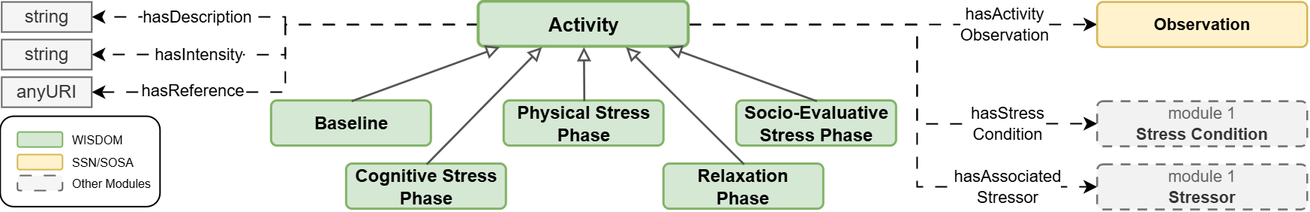
Above: OntologyDiagramms/Module2_activities.png in BurbachS/WISDOM (draw.io), before the change. Source tidied: cells renumbered, new cells last; positions are measured from the earlier drawing's top-left corner, leaving out a move shared by most shapes.
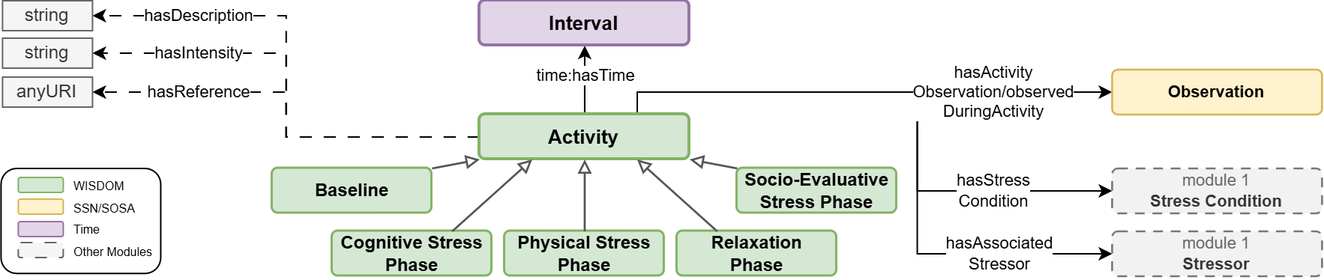
Above is the later version.

Change to the diagram source:
```diff
@@ -2,131 +2,158 @@
   <root>
     <mxCell id="0" />
     <mxCell id="1" parent="0" />
-    <mxCell id="2" style="edgeStyle=orthogonalEdgeStyle;rounded=0;jettySize=auto;html=1;entryX=1;entryY=0.5;entryDx=0;entryDy=0;dashed=1;dashPattern=8 8;exitX=0;exitY=0.5;exitDx=0;exitDy=0;" parent="1" edge="1" source="14" target="30">
+    <mxCell id="2" style="edgeStyle=orthogonalEdgeStyle;rounded=0;jettySize=auto;html=1;entryX=1;entryY=0.5;entryDx=0;entryDy=0;dashed=1;dashPattern=8 8;exitX=0;exitY=0.5;exitDx=0;exitDy=0;" parent="1" edge="1" source="16" target="32">
       <mxGeometry relative="1" as="geometry" />
     </mxCell>
     <mxCell id="3" value="hasDescription" style="edgeLabel;html=1;align=center;verticalAlign=middle;" parent="2" vertex="1">
       <mxGeometry x="0.52" y="-1" relative="1" as="geometry">
-        <mxPoint x="7" y="1" as="offset" />
+        <mxPoint x="-11" y="1" as="offset" />
       </mxGeometry>
     </mxCell>
-    <mxCell id="4" style="edgeStyle=orthogonalEdgeStyle;rounded=0;jettySize=auto;html=1;entryX=1;entryY=0.5;entryDx=0;entryDy=0;dashed=1;dashPattern=8 8;" parent="1" edge="1" source="14" target="28">
+    <mxCell id="4" style="edgeStyle=orthogonalEdgeStyle;rounded=0;jettySize=auto;html=1;entryX=1;entryY=0.5;entryDx=0;entryDy=0;dashed=1;dashPattern=8 8;" parent="1" edge="1" source="16" target="30">
       <mxGeometry relative="1" as="geometry" />
     </mxCell>
     <mxCell id="5" value="hasReference" style="edgeLabel;html=1;align=center;verticalAlign=middle;" parent="4" vertex="1">
-      <mxGeometry x="0.56" y="-1" relative="1" as="geometry" />
+      <mxGeometry x="0.56" y="-1" relative="1" as="geometry">
+        <mxPoint x="7" y="1" as="offset" />
+      </mxGeometry>
     </mxCell>
-    <mxCell id="6" style="edgeStyle=orthogonalEdgeStyle;rounded=0;jettySize=auto;html=1;entryX=1;entryY=0.5;entryDx=0;entryDy=0;dashed=1;dashPattern=8 8;" parent="1" edge="1" source="14" target="29">
+    <mxCell id="6" style="edgeStyle=orthogonalEdgeStyle;rounded=0;jettySize=auto;html=1;entryX=1;entryY=0.5;entryDx=0;entryDy=0;dashed=1;dashPattern=8 8;" parent="1" edge="1" source="16" target="31">
       <mxGeometry relative="1" as="geometry" />
     </mxCell>
     <mxCell id="7" value="hasIntensity" style="edgeLabel;html=1;align=center;verticalAlign=middle;" parent="6" vertex="1">
       <mxGeometry x="0.49" y="-1" relative="1" as="geometry">
-        <mxPoint x="-1" y="1" as="offset" />
+        <mxPoint x="-11" y="1" as="offset" />
       </mxGeometry>
     </mxCell>
-    <mxCell id="8" style="edgeStyle=orthogonalEdgeStyle;rounded=0;jettySize=auto;html=1;entryX=0;entryY=0.5;entryDx=0;entryDy=0;dashed=1;dashPattern=8 8;" parent="1" edge="1" source="14" target="16">
+    <mxCell id="8" style="edgeStyle=orthogonalEdgeStyle;rounded=0;jettySize=auto;html=1;entryX=0;entryY=0.5;entryDx=0;entryDy=0;exitX=0.75;exitY=0;exitDx=0;exitDy=0;" parent="1" edge="1" source="16" target="18">
       <mxGeometry relative="1" as="geometry">
         <Array as="points">
-          <mxPoint x="611" y="15" />
-          <mxPoint x="611" y="123" />
+          <mxPoint x="424.3" y="94" />
+          <mxPoint x="611" y="94" />
+          <mxPoint x="611" y="202" />
         </Array>
       </mxGeometry>
     </mxCell>
     <mxCell id="9" value="&lt;font&gt;hasAssociated&lt;/font&gt;&lt;div&gt;&lt;font&gt;Stressor&lt;/font&gt;&lt;/div&gt;" style="edgeLabel;html=1;align=center;verticalAlign=middle;" parent="8" vertex="1">
       <mxGeometry x="0.62" y="-1" relative="1" as="geometry">
-        <mxPoint x="12" y="-1" as="offset" />
+        <mxPoint x="7" y="-1" as="offset" />
       </mxGeometry>
     </mxCell>
-    <mxCell id="10" style="edgeStyle=orthogonalEdgeStyle;rounded=0;jettySize=auto;html=1;entryX=0;entryY=0.5;entryDx=0;entryDy=0;dashed=1;dashPattern=8 8;" parent="1" edge="1" source="14" target="15">
+    <mxCell id="10" style="edgeStyle=orthogonalEdgeStyle;rounded=0;jettySize=auto;html=1;entryX=0;entryY=0.5;entryDx=0;entryDy=0;exitX=0.75;exitY=0;exitDx=0;exitDy=0;" parent="1" edge="1" source="16" target="17">
       <mxGeometry relative="1" as="geometry">
         <Array as="points">
-          <mxPoint x="611" y="15" />
-          <mxPoint x="611" y="81" />
+          <mxPoint x="424.3" y="94" />
+          <mxPoint x="611" y="94" />
+          <mxPoint x="611" y="160" />
         </Array>
       </mxGeometry>
     </mxCell>
     <mxCell id="11" value="&lt;font&gt;hasStress&lt;/font&gt;&lt;div&gt;&lt;font&gt;Condition&lt;/font&gt;&lt;/div&gt;" style="edgeLabel;html=1;align=center;verticalAlign=middle;" parent="10" vertex="1">
       <mxGeometry x="0.58" relative="1" as="geometry">
-        <mxPoint x="11" as="offset" />
+        <mxPoint x="4" as="offset" />
       </mxGeometry>
     </mxCell>
-    <mxCell id="12" style="edgeStyle=orthogonalEdgeStyle;rounded=0;jettySize=auto;html=1;entryX=0;entryY=0.5;entryDx=0;entryDy=0;dashed=1;dashPattern=8 8;" parent="1" edge="1" source="14" target="17">
-      <mxGeometry relative="1" as="geometry" />
+    <mxCell id="12" style="edgeStyle=orthogonalEdgeStyle;rounded=0;jettySize=auto;html=1;entryX=0;entryY=0.5;entryDx=0;entryDy=0;exitX=0.75;exitY=0;exitDx=0;exitDy=0;" parent="1" edge="1" source="16" target="19">
+      <mxGeometry relative="1" as="geometry">
+        <Array as="points">
+          <mxPoint x="424.3" y="94" />
+        </Array>
+      </mxGeometry>
     </mxCell>
-    <mxCell id="13" value="&lt;font&gt;hasActivity&lt;/font&gt;&lt;div&gt;&lt;font&gt;Observation&lt;/font&gt;&lt;/div&gt;" style="edgeLabel;html=1;align=center;verticalAlign=middle;" parent="12" vertex="1">
-      <mxGeometry x="0.54" relative="1" as="geometry" />
+    <mxCell id="13" value="&lt;font&gt;hasActivity&lt;/font&gt;&lt;div&gt;&lt;font&gt;Observation/observed&lt;/font&gt;&lt;/div&gt;&lt;div&gt;&lt;font&gt;DuringActivity&lt;/font&gt;&lt;/div&gt;" style="edgeLabel;html=1;align=center;verticalAlign=middle;" parent="12" vertex="1">
+      <mxGeometry x="0.54" relative="1" as="geometry">
+        <mxPoint x="-4" as="offset" />
+      </mxGeometry>
     </mxCell>
-    <mxCell id="14" value="&lt;span&gt;Activity&lt;/span&gt;" style="shape=rectangle;rounded=1;absoluteArcSize=1;arcSize=8;whiteSpace=wrap;html=1;align=center;verticalAlign=middle;fillColor=#d5e8d4;strokeColor=#82b366;strokeWidth=2;fontSize=13;fontStyle=1;spacing=5;" parent="1" vertex="1">
-      <mxGeometry x="319" width="140" height="30" as="geometry" />
+    <mxCell id="14" style="edgeStyle=orthogonalEdgeStyle;rounded=0;jettySize=auto;html=1;entryX=0.5;entryY=1;entryDx=0;entryDy=0;" parent="1" edge="1" source="16" target="40">
+      <mxGeometry relative="1" as="geometry" />
     </mxCell>
-    <mxCell id="15" value="&lt;div&gt;&lt;span style=&quot;color: rgb(102, 102, 102);&quot;&gt;&lt;font&gt;module 1&lt;/font&gt;&lt;br&gt;&lt;/span&gt;&lt;/div&gt;&lt;b&gt;Stress Condition&lt;/b&gt;" style="shape=rectangle;rounded=1;absoluteArcSize=1;arcSize=8;whiteSpace=wrap;html=1;align=center;verticalAlign=middle;fillColor=#F2F2F2;strokeColor=#777777;strokeWidth=1.3;dashed=1;dashPattern=5 4;fontColor=#333333;fontSize=11;spacing=5;" parent="1" vertex="1">
-      <mxGeometry x="731" y="66" width="140" height="30" as="geometry" />
+    <mxCell id="15" value="time:hasTime" style="edgeLabel;html=1;align=center;verticalAlign=middle;points=[];" parent="14" vertex="1">
+      <mxGeometry x="-0.23" relative="1" as="geometry">
+        <mxPoint y="-9" as="offset" />
+      </mxGeometry>
     </mxCell>
-    <mxCell id="16" value="&lt;div&gt;&lt;span style=&quot;color: rgb(102, 102, 102);&quot;&gt;&lt;font&gt;module 1&lt;/font&gt;&lt;br&gt;&lt;/span&gt;&lt;/div&gt;&lt;b&gt;Stressor&lt;/b&gt;" style="shape=rectangle;rounded=1;absoluteArcSize=1;arcSize=8;whiteSpace=wrap;html=1;align=center;verticalAlign=middle;fillColor=#F2F2F2;strokeColor=#777777;strokeWidth=1.3;dashed=1;dashPattern=5 4;fontColor=#333333;fontSize=11;spacing=5;" parent="1" vertex="1">
-      <mxGeometry x="731" y="108" width="140" height="30" as="geometry" />
+    <mxCell id="16" value="&lt;span&gt;Activity&lt;/span&gt;" style="shape=rectangle;rounded=1;absoluteArcSize=1;arcSize=8;whiteSpace=wrap;html=1;align=center;verticalAlign=middle;fillColor=#d5e8d4;strokeColor=#82b366;strokeWidth=2;fontSize=13;fontStyle=1;spacing=5;" parent="1" vertex="1">
+      <mxGeometry x="319.2" y="109" width="140" height="30" as="geometry" />
     </mxCell>
-    <mxCell id="17" value="&lt;b&gt;Observation&lt;/b&gt;" style="shape=rectangle;rounded=1;absoluteArcSize=1;arcSize=8;whiteSpace=wrap;html=1;align=center;verticalAlign=middle;fillColor=#fff2cc;strokeColor=#d6b656;strokeWidth=1.3;fontSize=11;spacing=5;" parent="1" vertex="1">
-      <mxGeometry x="731" width="140" height="30" as="geometry" />
+    <mxCell id="17" value="&lt;div&gt;&lt;span style=&quot;color: rgb(102, 102, 102);&quot;&gt;&lt;font&gt;module 1&lt;/font&gt;&lt;br&gt;&lt;/span&gt;&lt;/div&gt;&lt;b&gt;Stress Condition&lt;/b&gt;" style="shape=rectangle;rounded=1;absoluteArcSize=1;arcSize=8;whiteSpace=wrap;html=1;align=center;verticalAlign=middle;fillColor=#F2F2F2;strokeColor=#777777;strokeWidth=1.3;dashed=1;dashPattern=5 4;fontColor=#333333;fontSize=11;spacing=5;" parent="1" vertex="1">
+      <mxGeometry x="741" y="145" width="140" height="30" as="geometry" />
     </mxCell>
-    <mxCell id="18" value="&lt;b&gt;Baseline&lt;/b&gt;" style="shape=rectangle;rounded=1;absoluteArcSize=1;arcSize=8;whiteSpace=wrap;html=1;align=center;verticalAlign=middle;fillColor=#d5e8d4;strokeColor=#82b366;strokeWidth=1.5;fontSize=12;spacing=5;" parent="1" vertex="1">
-      <mxGeometry x="181" y="66" width="106.5" height="30" as="geometry" />
+    <mxCell id="18" value="&lt;div&gt;&lt;span style=&quot;color: rgb(102, 102, 102);&quot;&gt;&lt;font&gt;module 1&lt;/font&gt;&lt;br&gt;&lt;/span&gt;&lt;/div&gt;&lt;b&gt;Stressor&lt;/b&gt;" style="shape=rectangle;rounded=1;absoluteArcSize=1;arcSize=8;whiteSpace=wrap;html=1;align=center;verticalAlign=middle;fillColor=#F2F2F2;strokeColor=#777777;strokeWidth=1.3;dashed=1;dashPattern=5 4;fontColor=#333333;fontSize=11;spacing=5;" parent="1" vertex="1">
+      <mxGeometry x="741" y="187" width="140" height="30" as="geometry" />
     </mxCell>
-    <mxCell id="19" value="&lt;b&gt;Cognitive Stress Phase&lt;/b&gt;" style="shape=rectangle;rounded=1;absoluteArcSize=1;arcSize=8;whiteSpace=wrap;html=1;align=center;verticalAlign=middle;fillColor=#d5e8d4;strokeColor=#82b366;strokeWidth=1.5;fontSize=12;spacing=5;" parent="1" vertex="1">
-      <mxGeometry x="231" y="108" width="106.5" height="30" as="geometry" />
+    <mxCell id="19" value="&lt;b&gt;Observation&lt;/b&gt;" style="shape=rectangle;rounded=1;absoluteArcSize=1;arcSize=8;whiteSpace=wrap;html=1;align=center;verticalAlign=middle;fillColor=#fff2cc;strokeColor=#d6b656;strokeWidth=1.3;fontSize=11;spacing=5;" parent="1" vertex="1">
+      <mxGeometry x="741" y="79" width="140" height="30" as="geometry" />
     </mxCell>
-    <mxCell id="20" value="&lt;b&gt;Physical Stress Phase&lt;/b&gt;" style="shape=rectangle;rounded=1;absoluteArcSize=1;arcSize=8;whiteSpace=wrap;html=1;align=center;verticalAlign=middle;fillColor=#d5e8d4;strokeColor=#82b366;strokeWidth=1.5;fontSize=12;spacing=5;" parent="1" vertex="1">
-      <mxGeometry x="336" y="66" width="106.5" height="30" as="geometry" />
+    <mxCell id="20" value="&lt;b&gt;Baseline&lt;/b&gt;" style="shape=rectangle;rounded=1;absoluteArcSize=1;arcSize=8;whiteSpace=wrap;html=1;align=center;verticalAlign=middle;fillColor=#d5e8d4;strokeColor=#82b366;strokeWidth=1.5;fontSize=12;spacing=5;" parent="1" vertex="1">
+      <mxGeometry x="181" y="145" width="106.5" height="30" as="geometry" />
     </mxCell>
-    <mxCell id="21" value="&lt;b&gt;Relaxation Phase&lt;/b&gt;" style="shape=rectangle;rounded=1;absoluteArcSize=1;arcSize=8;whiteSpace=wrap;html=1;align=center;verticalAlign=middle;fillColor=#d5e8d4;strokeColor=#82b366;strokeWidth=1.5;fontSize=12;spacing=5;" parent="1" vertex="1">
-      <mxGeometry x="442.5" y="108" width="106.5" height="30" as="geometry" />
+    <mxCell id="21" value="&lt;b&gt;Cognitive Stress Phase&lt;/b&gt;" style="shape=rectangle;rounded=1;absoluteArcSize=1;arcSize=8;whiteSpace=wrap;html=1;align=center;verticalAlign=middle;fillColor=#d5e8d4;strokeColor=#82b366;strokeWidth=1.5;fontSize=12;spacing=5;" parent="1" vertex="1">
+      <mxGeometry x="221" y="187" width="106.5" height="30" as="geometry" />
     </mxCell>
-    <mxCell id="22" value="&lt;b&gt;Socio-Evaluative&lt;br/&gt;Stress Phase&lt;/b&gt;" style="shape=rectangle;rounded=1;absoluteArcSize=1;arcSize=8;whiteSpace=wrap;html=1;align=center;verticalAlign=middle;fillColor=#d5e8d4;strokeColor=#82b366;strokeWidth=1.5;fontSize=12;spacing=5;" parent="1" vertex="1">
-      <mxGeometry x="491" y="66" width="106.5" height="30" as="geometry" />
+    <mxCell id="22" value="&lt;b&gt;Physical Stress Phase&lt;/b&gt;" style="shape=rectangle;rounded=1;absoluteArcSize=1;arcSize=8;whiteSpace=wrap;html=1;align=center;verticalAlign=middle;fillColor=#d5e8d4;strokeColor=#82b366;strokeWidth=1.5;fontSize=12;spacing=5;" parent="1" vertex="1">
+      <mxGeometry x="336" y="187" width="106.5" height="30" as="geometry" />
     </mxCell>
-    <mxCell id="23" style="edgeStyle=none;rounded=0;html=1;strokeColor=#555555;strokeWidth=1.35;endArrow=block;endFill=0;fontSize=9;fontColor=#444444;labelBackgroundColor=#FFFFFF;exitX=0.5;exitY=0;entryX=0.1;entryY=1;exitPerimeter=1;entryPerimeter=1;" parent="1" edge="1" source="18" target="14">
-      <mxGeometry relative="1" as="geometry" />
+    <mxCell id="23" value="&lt;b&gt;Relaxation Phase&lt;/b&gt;" style="shape=rectangle;rounded=1;absoluteArcSize=1;arcSize=8;whiteSpace=wrap;html=1;align=center;verticalAlign=middle;fillColor=#d5e8d4;strokeColor=#82b366;strokeWidth=1.5;fontSize=12;spacing=5;" parent="1" vertex="1">
+      <mxGeometry x="451" y="187" width="106.5" height="30" as="geometry" />
     </mxCell>
-    <mxCell id="24" style="edgeStyle=none;rounded=0;html=1;strokeColor=#555555;strokeWidth=1.35;endArrow=block;endFill=0;fontSize=9;fontColor=#444444;labelBackgroundColor=#FFFFFF;exitX=0.5;exitY=0;entryX=0.3;entryY=1;exitPerimeter=1;entryPerimeter=1;" parent="1" edge="1" source="19" target="14">
-      <mxGeometry relative="1" as="geometry" />
+    <mxCell id="24" value="&lt;b&gt;Socio-Evaluative&lt;br/&gt;Stress Phase&lt;/b&gt;" style="shape=rectangle;rounded=1;absoluteArcSize=1;arcSize=8;whiteSpace=wrap;html=1;align=center;verticalAlign=middle;fillColor=#d5e8d4;strokeColor=#82b366;strokeWidth=1.5;fontSize=12;spacing=5;" parent="1" vertex="1">
+      <mxGeometry x="491" y="145" width="106.5" height="30" as="geometry" />
     </mxCell>
-    <mxCell id="25" style="edgeStyle=none;rounded=0;html=1;strokeColor=#555555;strokeWidth=1.35;endArrow=block;endFill=0;fontSize=9;fontColor=#444444;labelBackgroundColor=#FFFFFF;exitX=0.5;exitY=0;entryX=0.5;entryY=1;exitPerimeter=1;entryPerimeter=1;" parent="1" edge="1" source="20" target="14">
+    <mxCell id="25" style="edgeStyle=none;rounded=0;html=1;strokeColor=#555555;strokeWidth=1.35;endArrow=block;endFill=0;fontSize=9;fontColor=#444444;labelBackgroundColor=#FFFFFF;exitX=1;exitY=0;entryX=0;entryY=1;exitDx=0;exitDy=0;entryDx=0;entryDy=0;" parent="1" edge="1" source="20" target="16">
       <mxGeometry relative="1" as="geometry" />
     </mxCell>
-    <mxCell id="26" style="edgeStyle=none;rounded=0;html=1;strokeColor=#555555;strokeWidth=1.35;endArrow=block;endFill=0;fontSize=9;fontColor=#444444;labelBackgroundColor=#FFFFFF;exitX=0.5;exitY=0;entryX=0.7;entryY=1;exitPerimeter=1;entryPerimeter=1;" parent="1" edge="1" source="21" target="14">
+    <mxCell id="26" style="edgeStyle=none;rounded=0;html=1;strokeColor=#555555;strokeWidth=1.35;endArrow=block;endFill=0;fontSize=9;fontColor=#444444;labelBackgroundColor=#FFFFFF;exitX=0.75;exitY=0;entryX=0.25;entryY=1;entryDx=0;entryDy=0;exitDx=0;exitDy=0;" parent="1" edge="1" source="21" target="16">
       <mxGeometry relative="1" as="geometry" />
     </mxCell>
-    <mxCell id="27" style="edgeStyle=none;rounded=0;html=1;strokeColor=#555555;strokeWidth=1.35;endArrow=block;endFill=0;fontSize=9;fontColor=#444444;labelBackgroundColor=#FFFFFF;exitX=0.5;exitY=0;entryX=0.9;entryY=1;exitPerimeter=1;entryPerimeter=1;" parent="1" edge="1" source="22" target="14">
+    <mxCell id="27" style="edgeStyle=none;rounded=0;html=1;strokeColor=#555555;strokeWidth=1.35;endArrow=block;endFill=0;fontSize=9;fontColor=#444444;labelBackgroundColor=#FFFFFF;exitX=0.5;exitY=0;entryX=0.5;entryY=1;exitPerimeter=1;entryPerimeter=1;" parent="1" edge="1" source="22" target="16">
       <mxGeometry relative="1" as="geometry" />
     </mxCell>
-    <mxCell id="28" value="anyURI" style="whiteSpace=wrap;html=1;fillColor=#f5f5f5;fontColor=#333333;strokeColor=#666666;" parent="1" vertex="1">
-      <mxGeometry x="1" y="50" width="60" height="20" as="geometry" />
+    <mxCell id="28" style="edgeStyle=none;rounded=0;html=1;strokeColor=#555555;strokeWidth=1.35;endArrow=block;endFill=0;fontSize=9;fontColor=#444444;labelBackgroundColor=#FFFFFF;exitX=0.25;exitY=0;entryX=0.75;entryY=1;exitDx=0;exitDy=0;entryDx=0;entryDy=0;" parent="1" edge="1" source="23" target="16">
+      <mxGeometry relative="1" as="geometry" />
     </mxCell>
-    <mxCell id="29" value="string" style="whiteSpace=wrap;html=1;fillColor=#f5f5f5;fontColor=#333333;strokeColor=#666666;" parent="1" vertex="1">
-      <mxGeometry x="1" y="25" width="60" height="20" as="geometry" />
+    <mxCell id="29" style="edgeStyle=none;rounded=0;html=1;strokeColor=#555555;strokeWidth=1.35;endArrow=block;endFill=0;fontSize=9;fontColor=#444444;labelBackgroundColor=#FFFFFF;exitX=0;exitY=0;entryX=1;entryY=1;exitDx=0;exitDy=0;entryDx=0;entryDy=0;" parent="1" edge="1" source="24" target="16">
+      <mxGeometry relative="1" as="geometry" />
     </mxCell>
-    <mxCell id="30" value="string" style="whiteSpace=wrap;html=1;fillColor=#f5f5f5;fontColor=#333333;strokeColor=#666666;" parent="1" vertex="1">
-      <mxGeometry x="1" width="60" height="20" as="geometry" />
+    <mxCell id="30" value="anyURI" style="whiteSpace=wrap;html=1;fillColor=#f5f5f5;fontColor=#333333;strokeColor=#666666;" parent="1" vertex="1">
+      <mxGeometry x="1" y="84" width="60" height="20" as="geometry" />
     </mxCell>
-    <mxCell id="31" style="rounded=1;whiteSpace=wrap;html=1;fillColor=none;" parent="1" vertex="1">
-      <mxGeometry y="76" width="106.5" height="60.1" as="geometry" />
+    <mxCell id="31" value="string" style="whiteSpace=wrap;html=1;fillColor=#f5f5f5;fontColor=#333333;strokeColor=#666666;" parent="1" vertex="1">
+      <mxGeometry x="1" y="58" width="60" height="20" as="geometry" />
     </mxCell>
-    <mxCell id="32" style="rounded=1;whiteSpace=wrap;html=1;fillColor=#d5e8d4;strokeColor=#82b366;" parent="1" vertex="1">
-      <mxGeometry x="11.5" y="86.5" width="30" height="10" as="geometry" />
+    <mxCell id="32" value="string" style="whiteSpace=wrap;html=1;fillColor=#f5f5f5;fontColor=#333333;strokeColor=#666666;" parent="1" vertex="1">
+      <mxGeometry x="1" y="33" width="60" height="20" as="geometry" />
     </mxCell>
-    <mxCell id="33" style="rounded=1;whiteSpace=wrap;html=1;fillColor=#fff2cc;strokeColor=#d6b656;" parent="1" vertex="1">
-      <mxGeometry x="11.5" y="101.5" width="30" height="10" as="geometry" />
+    <mxCell id="33" style="rounded=1;whiteSpace=wrap;html=1;fillColor=none;" parent="1" vertex="1">
+      <mxGeometry y="145" width="106.5" height="70.1" as="geometry" />
     </mxCell>
-    <mxCell id="34" value="&lt;font style=&quot;font-size: 8px;&quot;&gt;WISDOM&lt;/font&gt;" style="text;html=1;whiteSpace=wrap;strokeColor=none;fillColor=none;align=left;verticalAlign=middle;rounded=0;" parent="1" vertex="1">
-      <mxGeometry x="46.5" y="86.5" width="60" height="10" as="geometry" />
+    <mxCell id="34" style="rounded=1;whiteSpace=wrap;html=1;fillColor=#fff2cc;strokeColor=#d6b656;" parent="1" vertex="1">
+      <mxGeometry x="11.5" y="165.5" width="30" height="10" as="geometry" />
     </mxCell>
-    <mxCell id="35" value="&lt;font style=&quot;font-size: 8px;&quot;&gt;SSN/SOSA&lt;/font&gt;" style="text;html=1;whiteSpace=wrap;strokeColor=none;fillColor=none;align=left;verticalAlign=middle;rounded=0;" parent="1" vertex="1">
-      <mxGeometry x="46.5" y="101" width="60" height="10" as="geometry" />
+    <mxCell id="35" style="rounded=1;whiteSpace=wrap;html=1;fillColor=#e1d5e7;strokeColor=#9673a6;" parent="1" vertex="1">
+      <mxGeometry x="11.5" y="180.5" width="30" height="10" as="geometry" />
     </mxCell>
-    <mxCell id="36" style="rounded=1;whiteSpace=wrap;html=1;fillColor=#f5f5f5;strokeColor=#666666;dashed=1;dashPattern=8 8;fontColor=#333333;" parent="1" vertex="1">
-      <mxGeometry x="11.5" y="115.5" width="30" height="10" as="geometry" />
+    <mxCell id="36" value="&lt;span style=&quot;font-size: 8px;&quot;&gt;SSN/SOSA&lt;/span&gt;" style="text;html=1;whiteSpace=wrap;strokeColor=none;fillColor=none;align=left;verticalAlign=middle;rounded=0;" parent="1" vertex="1">
+      <mxGeometry x="46.5" y="165.5" width="60" height="10" as="geometry" />
     </mxCell>
-    <mxCell id="37" value="&lt;font style=&quot;font-size: 8px;&quot;&gt;Other Modules&lt;/font&gt;" style="text;html=1;whiteSpace=wrap;strokeColor=none;fillColor=none;align=left;verticalAlign=middle;rounded=0;" parent="1" vertex="1">
-      <mxGeometry x="46.5" y="115.5" width="60" height="10" as="geometry" />
+    <mxCell id="37" value="&lt;font style=&quot;font-size: 8px;&quot;&gt;Time&lt;/font&gt;" style="text;html=1;whiteSpace=wrap;strokeColor=none;fillColor=none;align=left;verticalAlign=middle;rounded=0;" parent="1" vertex="1">
+      <mxGeometry x="46.5" y="180" width="60" height="10" as="geometry" />
     </mxCell>
+    <mxCell id="38" style="rounded=1;whiteSpace=wrap;html=1;fillColor=#f5f5f5;strokeColor=#666666;dashed=1;dashPattern=8 8;fontColor=#333333;" parent="1" vertex="1">
+      <mxGeometry x="11.5" y="194.5" width="30" height="10" as="geometry" />
+    </mxCell>
+    <mxCell id="39" value="&lt;font style=&quot;font-size: 8px;&quot;&gt;Other Modules&lt;/font&gt;" style="text;html=1;whiteSpace=wrap;strokeColor=none;fillColor=none;align=left;verticalAlign=middle;rounded=0;" parent="1" vertex="1">
+      <mxGeometry x="46.5" y="194.5" width="60" height="10" as="geometry" />
+    </mxCell>
+    <mxCell id="40" value="&lt;span&gt;Interval&lt;/span&gt;" style="shape=rectangle;rounded=1;absoluteArcSize=1;arcSize=8;whiteSpace=wrap;html=1;align=center;verticalAlign=middle;fillColor=#e1d5e7;strokeColor=#9673a6;strokeWidth=2;fontSize=13;fontStyle=1;spacing=5;" parent="1" vertex="1">
+      <mxGeometry x="319.2" y="33" width="140" height="30" as="geometry" />
+    </mxCell>
+    <mxCell id="41" style="rounded=1;whiteSpace=wrap;html=1;fillColor=#d5e8d4;strokeColor=#82b366;" parent="1" vertex="1">
+      <mxGeometry x="11.5" y="151" width="30" height="10" as="geometry" />
+    </mxCell>
+    <mxCell id="42" value="&lt;font style=&quot;font-size: 8px;&quot;&gt;WISDOM&lt;/font&gt;" style="text;html=1;whiteSpace=wrap;strokeColor=none;fillColor=none;align=left;verticalAlign=middle;rounded=0;" parent="1" vertex="1">
+      <mxGeometry x="46.5" y="151" width="60" height="10" as="geometry" />
+    </mxCell>
   </root>
 </mxGraphModel>
```
